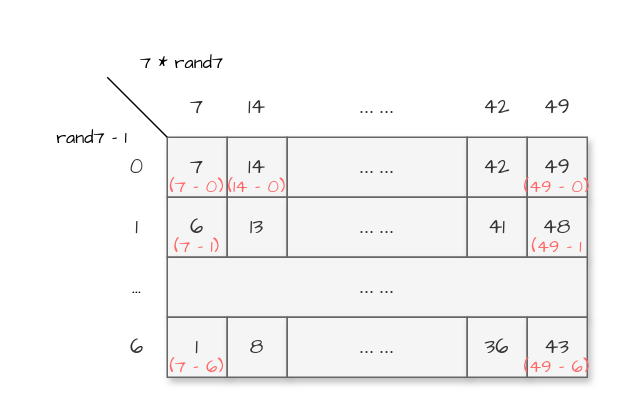
goldknife6/algorithm keeps this draw.io diagram as draw.io/用Rand7()实现Rand10().drawio. Above is the earlier version. Source tidied: cells renumbered, new cells numbered last; positions are measured from the earlier drawing's top-left corner, leaving out a move shared by most shapes. Both pictures are drawn from the tidied source at 150%, with x=0, y=0 at pixel (46, 32).
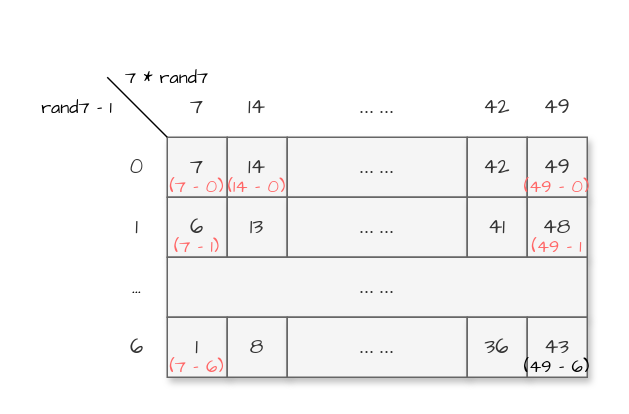
The same diagram, later.

Commit message (it also covers changes not shown here):
更新用Rand7()实现Rand10().drawio

Diff of the diagram source:
```diff
@@
     <mxCell id="26" value="&lt;div class=&quot;okr-block-clipboard&quot;&gt;&lt;/div&gt;&lt;div&gt;&lt;font style=&quot;font-size: 12px&quot;&gt;rand7 - 1 &lt;/font&gt;&lt;/div&gt;" style="text;html=1;strokeColor=none;fillColor=none;align=center;verticalAlign=middle;whiteSpace=wrap;rounded=0;shadow=1;fontFamily=Comic Sans MS;fontSize=14;opacity=0;" parent="1" vertex="1">
-      <mxGeometry y="50" width="60" height="40" as="geometry" />
+      <mxGeometry x="-10" y="40" width="60" height="20" as="geometry" />
     </mxCell>
     <mxCell id="27" value="&lt;div class=&quot;okr-block-clipboard&quot;&gt;&lt;/div&gt;&lt;div&gt;&lt;font style=&quot;font-size: 12px&quot;&gt;7 * rand7&lt;/font&gt;&lt;/div&gt;" style="text;html=1;strokeColor=none;fillColor=none;align=center;verticalAlign=middle;whiteSpace=wrap;rounded=0;shadow=1;fontFamily=Comic Sans MS;fontSize=14;opacity=0;" parent="1" vertex="1">
-      <mxGeometry x="60" width="60" height="40" as="geometry" />
+      <mxGeometry x="50" y="20" width="60" height="20" as="geometry" />
     </mxCell>
@@
-    <mxCell id="34" value="&lt;div class=&quot;okr-block-clipboard&quot;&gt;&lt;/div&gt;&lt;div&gt;&lt;font style=&quot;font-size: 12px&quot; color=&quot;#ff6666&quot;&gt;(49 - 6)&lt;/font&gt;&lt;/div&gt;" style="text;html=1;strokeColor=none;fillColor=none;align=center;verticalAlign=middle;whiteSpace=wrap;rounded=0;shadow=1;fontFamily=Comic Sans MS;fontSize=14;opacity=0;" parent="1" vertex="1">
+    <mxCell id="34" value="&lt;div class=&quot;okr-block-clipboard&quot;&gt;&lt;/div&gt;&lt;div&gt;&lt;font style=&quot;font-size: 12px&quot;&gt;(49 - 6)&lt;/font&gt;&lt;/div&gt;" style="text;html=1;strokeColor=none;fillColor=none;align=center;verticalAlign=middle;whiteSpace=wrap;rounded=0;shadow=1;fontFamily=Comic Sans MS;fontSize=14;opacity=0;" parent="1" vertex="1">
       <mxGeometry x="315" y="215" width="50" height="15" as="geometry" />
     </mxCell>
```
